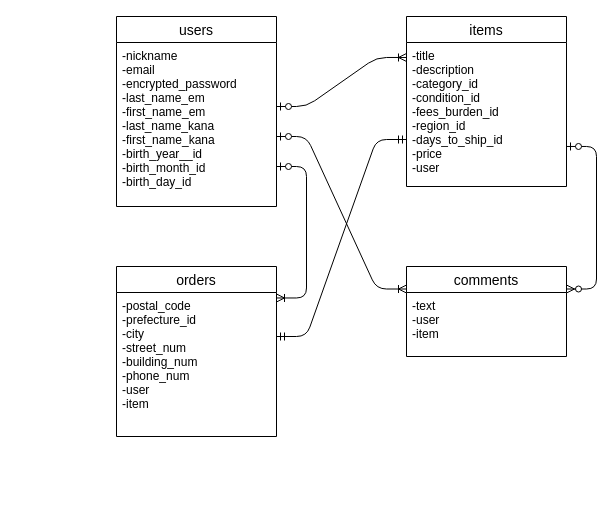
The draw.io diagram furima.dio in iSi2aka/furima-39576, before the edit. Source tidied: cells renumbered, new cells numbered last; positions are measured from the earlier drawing's top-left corner, leaving out a move shared by most shapes. Both pictures are drawn from the tidied source at 100%, with x=0, y=0 at pixel (116, 16).
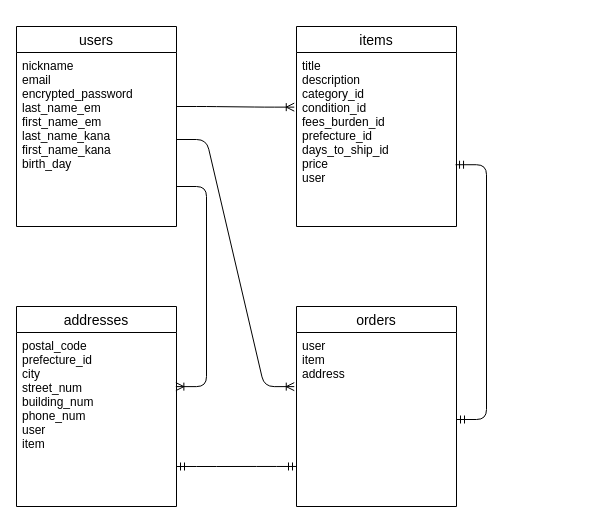
After the change.

Commit message (it also covers changes not shown here):
データベース設計の修正

Diff of the diagram source:
```diff
@@
 <mxGraphModel>
   <root>
     <mxCell id="0" />
     <mxCell id="1" parent="0" />
     <mxCell id="2" value="users" style="swimlane;fontStyle=0;horizontal=1;startSize=26;align=center;fontSize=14;" parent="1" vertex="1">
-      <mxGeometry width="160" height="190" as="geometry" />
+      <mxGeometry x="-100" y="10" width="160" height="200" as="geometry" />
     </mxCell>
-    <mxCell id="3" value="-nickname&#10;-email&#10;-encrypted_password&#10;-last_name_em&#10;-first_name_em&#10;-last_name_kana&#10;-first_name_kana&#10;-birth_year__id&#10;-birth_month_id&#10;-birth_day_id&#10;&#10;" style="text;strokeColor=none;fillColor=none;spacingLeft=4;spacingRight=4;overflow=hidden;fontSize=12;" parent="2" vertex="1">
-      <mxGeometry y="26" width="160" height="164" as="geometry" />
-    </mxCell>
+    <mxCell id="15" value="nickname&#10;email&#10;encrypted_password&#10;last_name_em&#10;first_name_em&#10;last_name_kana&#10;first_name_kana&#10;birth_day" style="text;strokeColor=none;fillColor=none;spacingLeft=4;spacingRight=4;overflow=hidden;points=[[0,0.5],[1,0.5]];portConstraint=eastwest;fontSize=12;" parent="2" vertex="1">
+      <mxGeometry y="26" width="160" height="174" as="geometry" />
+    </mxCell>
     <mxCell id="4" value="items" style="swimlane;fontStyle=0;horizontal=1;startSize=26;align=center;fontSize=14;" parent="1" vertex="1">
-      <mxGeometry x="290" width="160" height="170" as="geometry" />
+      <mxGeometry x="180" y="10" width="160" height="200" as="geometry" />
     </mxCell>
-    <mxCell id="5" value="-title&#10;-description&#10;-category_id&#10;-condition_id&#10;-fees_burden_id&#10;-region_id&#10;-days_to_ship_id&#10;-price&#10;-user" style="text;strokeColor=none;fillColor=none;spacingLeft=4;spacingRight=4;overflow=hidden;points=[[0,0.5],[1,0.5]];portConstraint=eastwest;fontSize=12;" parent="4" vertex="1">
-      <mxGeometry y="26" width="160" height="144" as="geometry" />
-    </mxCell>
+    <mxCell id="16" value="title&#10;description&#10;category_id&#10;condition_id&#10;fees_burden_id&#10;prefecture_id&#10;days_to_ship_id&#10;price&#10;user" style="text;strokeColor=none;fillColor=none;spacingLeft=4;spacingRight=4;overflow=hidden;points=[[0,0.5],[1,0.5]];portConstraint=eastwest;fontSize=12;" parent="4" vertex="1">
+      <mxGeometry y="26" width="160" height="174" as="geometry" />
+    </mxCell>
+    <mxCell id="17" value="addresses" style="swimlane;fontStyle=0;horizontal=1;startSize=26;align=center;fontSize=14;" parent="1" vertex="1">
+      <mxGeometry x="-100" y="290" width="160" height="200" as="geometry" />
+    </mxCell>
+    <mxCell id="18" value="postal_code&#10;prefecture_id&#10;city&#10;street_num&#10;building_num&#10;phone_num&#10;user&#10;item" style="text;strokeColor=none;fillColor=none;spacingLeft=4;spacingRight=4;overflow=hidden;points=[[0,0.5],[1,0.5]];portConstraint=eastwest;fontSize=12;" parent="17" vertex="1">
+      <mxGeometry y="26" width="160" height="174" as="geometry" />
+    </mxCell>
     <mxCell id="6" value="orders" style="swimlane;fontStyle=0;horizontal=1;startSize=26;align=center;fontSize=14;" parent="1" vertex="1">
-      <mxGeometry y="250" width="160" height="170" as="geometry" />
+      <mxGeometry x="180" y="290" width="160" height="200" as="geometry" />
     </mxCell>
-    <mxCell id="7" value="-postal_code&#10;-prefecture_id&#10;-city&#10;-street_num&#10;-building_num&#10;-phone_num&#10;-user&#10;-item" style="text;strokeColor=none;fillColor=none;spacingLeft=4;spacingRight=4;overflow=hidden;points=[[0,0.5],[1,0.5]];portConstraint=eastwest;fontSize=12;" parent="6" vertex="1">
-      <mxGeometry y="26" width="160" height="144" as="geometry" />
-    </mxCell>
-    <mxCell id="8" value="comments" style="swimlane;fontStyle=0;horizontal=1;startSize=26;align=center;fontSize=14;" parent="1" vertex="1">
-      <mxGeometry x="290" y="250" width="160" height="90" as="geometry" />
-    </mxCell>
-    <mxCell id="9" value="-text&#10;-user&#10;-item" style="text;strokeColor=none;fillColor=none;spacingLeft=4;spacingRight=4;overflow=hidden;fontSize=12;" parent="8" vertex="1">
-      <mxGeometry y="26" width="160" height="64" as="geometry" />
-    </mxCell>
-    <mxCell id="10" style="edgeStyle=entityRelationEdgeStyle;fontSize=12;html=1;endArrow=ERmandOne;startArrow=ERmandOne;" parent="1" edge="1">
-      <mxGeometry relative="1" as="geometry">
-        <mxPoint x="160" y="320" as="sourcePoint" />
-        <mxPoint x="290" y="123" as="targetPoint" />
-      </mxGeometry>
-    </mxCell>
-    <mxCell id="11" style="edgeStyle=entityRelationEdgeStyle;fontSize=12;html=1;endArrow=ERoneToMany;startArrow=ERzeroToOne;entryX=1;entryY=0.038;entryDx=0;entryDy=0;entryPerimeter=0;" parent="1" edge="1" target="7">
-      <mxGeometry relative="1" as="geometry">
-        <mxPoint x="160" y="150" as="sourcePoint" />
-      </mxGeometry>
-    </mxCell>
-    <mxCell id="12" style="edgeStyle=entityRelationEdgeStyle;fontSize=12;html=1;endArrow=ERoneToMany;startArrow=ERzeroToOne;entryX=0;entryY=0.25;entryDx=0;entryDy=0;" parent="1" edge="1" target="8">
-      <mxGeometry relative="1" as="geometry">
-        <mxPoint x="160" y="120" as="sourcePoint" />
-      </mxGeometry>
-    </mxCell>
-    <mxCell id="13" style="edgeStyle=entityRelationEdgeStyle;fontSize=12;html=1;endArrow=ERoneToMany;startArrow=ERzeroToOne;entryX=0;entryY=0.104;entryDx=0;entryDy=0;entryPerimeter=0;" parent="1" edge="1" target="5">
-      <mxGeometry relative="1" as="geometry">
-        <mxPoint x="160" y="90" as="sourcePoint" />
-      </mxGeometry>
-    </mxCell>
-    <mxCell id="14" style="edgeStyle=entityRelationEdgeStyle;fontSize=12;html=1;endArrow=ERzeroToMany;startArrow=ERzeroToOne;entryX=1;entryY=0.25;entryDx=0;entryDy=0;exitX=1;exitY=0.722;exitDx=0;exitDy=0;exitPerimeter=0;" parent="1" edge="1" source="5" target="8">
-      <mxGeometry relative="1" as="geometry" />
-    </mxCell>
+    <mxCell id="19" value="user&#10;item&#10;address" style="text;strokeColor=none;fillColor=none;spacingLeft=4;spacingRight=4;overflow=hidden;points=[[0,0.5],[1,0.5]];portConstraint=eastwest;fontSize=12;" parent="6" vertex="1">
+      <mxGeometry y="26" width="160" height="174" as="geometry" />
+    </mxCell>
+    <mxCell id="20" style="edgeStyle=entityRelationEdgeStyle;fontSize=12;html=1;endArrow=ERoneToMany;entryX=-0.014;entryY=0.311;entryDx=0;entryDy=0;entryPerimeter=0;" parent="1" edge="1" source="15" target="19">
+      <mxGeometry relative="1" as="geometry" />
+    </mxCell>
+    <mxCell id="21" style="edgeStyle=entityRelationEdgeStyle;fontSize=12;html=1;endArrow=ERoneToMany;entryX=-0.014;entryY=0.314;entryDx=0;entryDy=0;entryPerimeter=0;" parent="1" edge="1" target="16">
+      <mxGeometry relative="1" as="geometry">
+        <mxPoint x="60" y="90" as="sourcePoint" />
+      </mxGeometry>
+    </mxCell>
+    <mxCell id="22" style="edgeStyle=entityRelationEdgeStyle;fontSize=12;html=1;endArrow=ERoneToMany;entryX=0.996;entryY=0.311;entryDx=0;entryDy=0;entryPerimeter=0;" parent="1" edge="1" target="18">
+      <mxGeometry relative="1" as="geometry">
+        <mxPoint x="60" y="170" as="sourcePoint" />
+      </mxGeometry>
+    </mxCell>
+    <mxCell id="23" style="edgeStyle=entityRelationEdgeStyle;fontSize=12;html=1;endArrow=ERmandOne;startArrow=ERmandOne;entryX=0;entryY=0.77;entryDx=0;entryDy=0;entryPerimeter=0;" parent="1" edge="1" target="19">
+      <mxGeometry relative="1" as="geometry">
+        <mxPoint x="60" y="450" as="sourcePoint" />
+      </mxGeometry>
+    </mxCell>
+    <mxCell id="24" style="edgeStyle=entityRelationEdgeStyle;fontSize=12;html=1;endArrow=ERmandOne;startArrow=ERmandOne;exitX=0.994;exitY=0.645;exitDx=0;exitDy=0;exitPerimeter=0;" parent="1" edge="1" source="16" target="19">
+      <mxGeometry relative="1" as="geometry" />
+    </mxCell>
   </root>
 </mxGraphModel>
```
